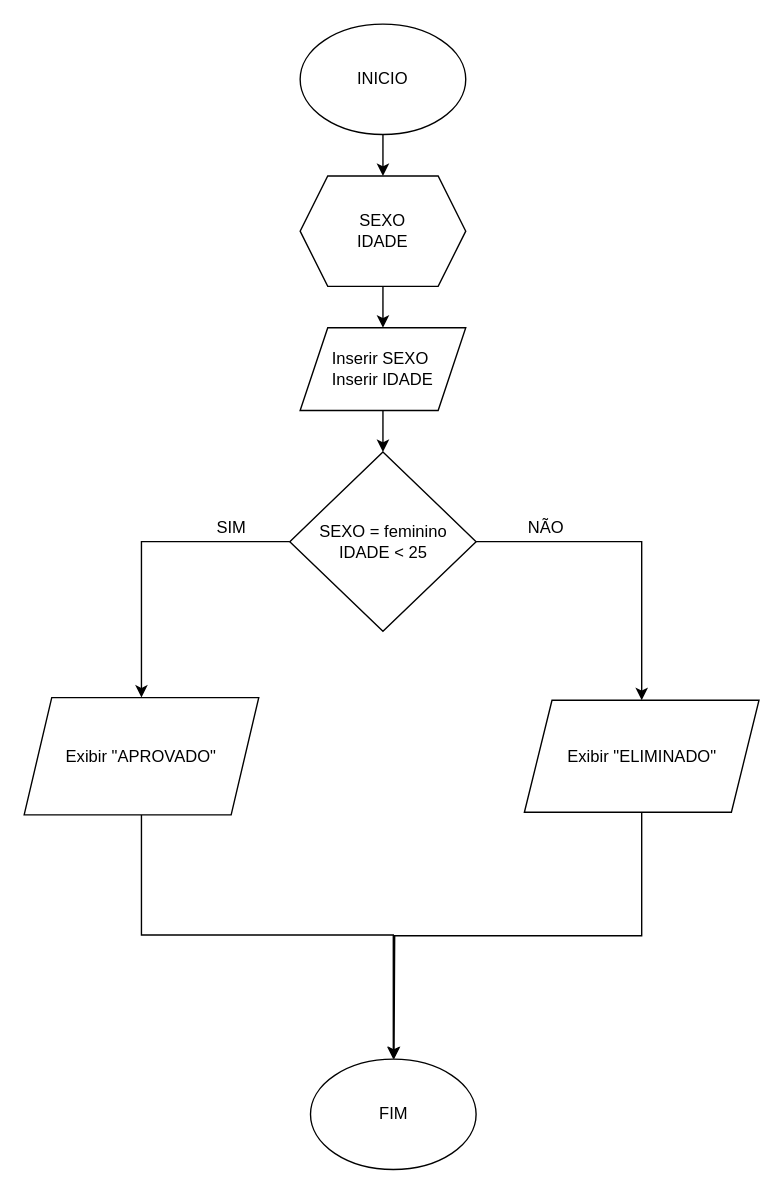
This is Atividades_LP1/Atividade2Questão9.drawio from Hevee06/Projetos_Diagrama.oi, a draw.io file, before an edit. Source tidied: cells renumbered, new cells numbered last; positions are measured from the earlier drawing's top-left corner, leaving out a move shared by most shapes. Both pictures are drawn from the tidied source at 138%, with x=0, y=0 at pixel (23, 23).
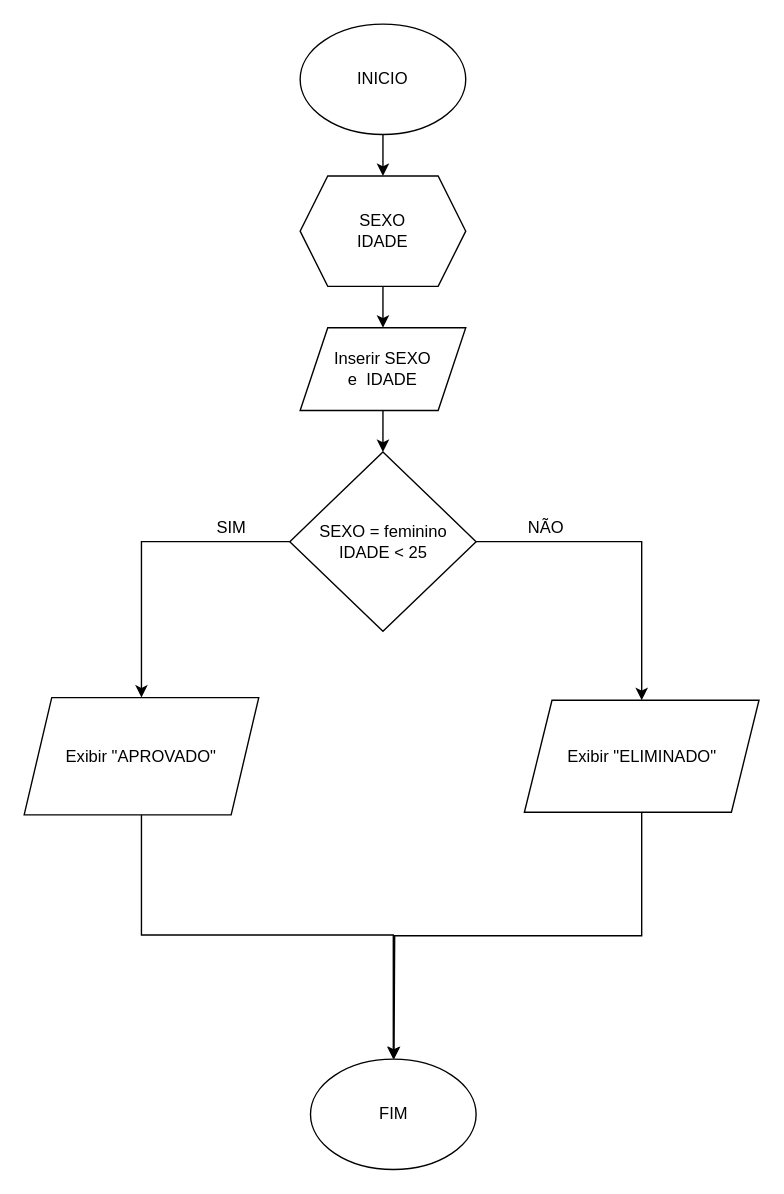
Above is the later version.

What changed in the source:
```diff
@@
-    <mxCell id="7" value="Inserir SEXO&amp;nbsp;&lt;div&gt;Inserir IDADE&lt;/div&gt;" style="shape=parallelogram;perimeter=parallelogramPerimeter;whiteSpace=wrap;html=1;fixedSize=1;rounded=0;" parent="1" vertex="1">
+    <mxCell id="7" value="Inserir SEXO e&amp;nbsp;&lt;span style=&quot;background-color: initial;&quot;&gt;&amp;nbsp;IDADE&lt;/span&gt;" style="shape=parallelogram;perimeter=parallelogramPerimeter;whiteSpace=wrap;html=1;fixedSize=1;rounded=0;align=center;" parent="1" vertex="1">
       <mxGeometry x="200" y="220" width="120" height="60" as="geometry" />
     </mxCell>
```
